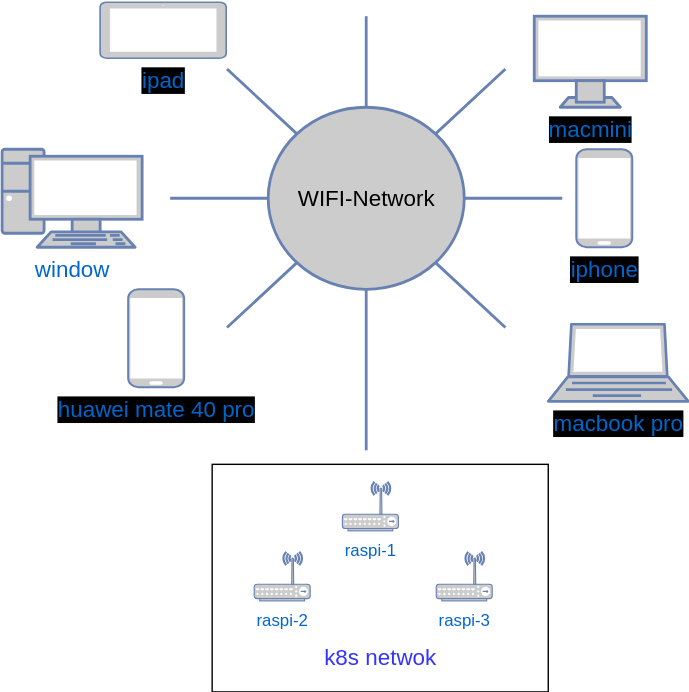
phenix3443/blog keeps this draw.io diagram as content/post/home-service/images/network-topology.drawio.svg. Above is the earlier version. Source tidied: cells renumbered, new cells last; positions are measured from the earlier drawing's top-left corner, leaving out a move shared by most shapes. Its diagram source:
```xml
<mxGraphModel>
  <root>
    <mxCell id="0" />
    <mxCell id="1" parent="0" />
    <mxCell id="2" value="&lt;font style=&quot;font-size: 16px;&quot; color=&quot;#000000&quot;&gt;WIFI-Network&lt;br&gt;&lt;/font&gt;" style="html=1;fillColor=#CCCCCC;strokeColor=#6881B3;shape=ellipse;perimeter=ellipsePerimeter;gradientColor=none;gradientDirection=north;fontColor=#ffffff;strokeWidth=2;" parent="1" vertex="1">
      <mxGeometry x="190" y="75" width="140" height="130" as="geometry" />
    </mxCell>
    <mxCell id="3" style="strokeColor=#6881B3;edgeStyle=none;rounded=0;endArrow=none;dashed=0;html=1;strokeWidth=2;fontColor=#000000;" parent="1" edge="1" target="2">
      <mxGeometry relative="1" as="geometry">
        <mxPoint x="260" y="10" as="sourcePoint" />
      </mxGeometry>
    </mxCell>
    <mxCell id="4" style="strokeColor=#6881B3;edgeStyle=none;rounded=0;endArrow=none;dashed=0;html=1;strokeWidth=2;fontColor=#000000;" parent="1" edge="1" target="2">
      <mxGeometry relative="1" as="geometry">
        <mxPoint x="359.4" y="47.7" as="sourcePoint" />
      </mxGeometry>
    </mxCell>
    <mxCell id="5" style="strokeColor=#6881B3;edgeStyle=none;rounded=0;endArrow=none;dashed=0;html=1;strokeWidth=2;fontColor=#000000;" parent="1" edge="1" target="2">
      <mxGeometry relative="1" as="geometry">
        <mxPoint x="400" y="140" as="sourcePoint" />
      </mxGeometry>
    </mxCell>
    <mxCell id="6" style="strokeColor=#6881B3;edgeStyle=none;rounded=0;endArrow=none;dashed=0;html=1;strokeWidth=2;fontColor=#000000;" parent="1" edge="1" target="2">
      <mxGeometry relative="1" as="geometry">
        <mxPoint x="359.4" y="232.3" as="sourcePoint" />
      </mxGeometry>
    </mxCell>
    <mxCell id="7" style="strokeColor=#6881B3;edgeStyle=none;rounded=0;endArrow=none;dashed=0;html=1;strokeWidth=2;fontColor=#000000;" parent="1" edge="1" target="2">
      <mxGeometry relative="1" as="geometry">
        <mxPoint x="260" y="320" as="sourcePoint" />
      </mxGeometry>
    </mxCell>
    <mxCell id="8" style="strokeColor=#6881B3;edgeStyle=none;rounded=0;endArrow=none;dashed=0;html=1;strokeWidth=2;fontColor=#000000;" parent="1" edge="1" target="2">
      <mxGeometry relative="1" as="geometry">
        <mxPoint x="160.6" y="232.3" as="sourcePoint" />
      </mxGeometry>
    </mxCell>
    <mxCell id="9" style="strokeColor=#6881B3;edgeStyle=none;rounded=0;endArrow=none;dashed=0;html=1;strokeWidth=2;fontColor=#000000;" parent="1" edge="1" target="2">
      <mxGeometry relative="1" as="geometry">
        <mxPoint x="120" y="140" as="sourcePoint" />
      </mxGeometry>
    </mxCell>
    <mxCell id="10" style="strokeColor=#6881B3;edgeStyle=none;rounded=0;endArrow=none;dashed=0;html=1;strokeWidth=2;fontColor=#000000;" parent="1" edge="1" target="2">
      <mxGeometry relative="1" as="geometry">
        <mxPoint x="160.6" y="47.7" as="sourcePoint" />
      </mxGeometry>
    </mxCell>
    <mxCell id="11" value="window" style="fontColor=#0066CC;verticalAlign=top;verticalLabelPosition=bottom;labelPosition=center;align=center;html=1;fillColor=#CCCCCC;strokeColor=#6881B3;gradientColor=none;gradientDirection=north;strokeWidth=2;shape=mxgraph.networks.pc;fontSize=16;" parent="1" vertex="1">
      <mxGeometry y="105" width="100" height="70" as="geometry" />
    </mxCell>
    <mxCell id="12" style="group;" parent="1" vertex="1">
      <mxGeometry x="150" y="330" width="240" height="162.5" as="geometry" />
    </mxCell>
    <mxCell id="13" style="rounded=0;whiteSpace=wrap;html=1;fontSize=16;fontColor=#000000;" parent="12" vertex="1">
      <mxGeometry width="240" height="162.5" as="geometry" />
    </mxCell>
    <mxCell id="14" value="raspi-1" style="fontColor=#0066CC;verticalAlign=top;verticalLabelPosition=bottom;labelPosition=center;align=center;html=1;fillColor=#CCCCCC;strokeColor=#6881B3;gradientColor=none;gradientDirection=north;strokeWidth=2;shape=mxgraph.networks.wireless_hub;" parent="12" vertex="1">
      <mxGeometry x="93" y="12.5" width="40" height="35" as="geometry" />
    </mxCell>
    <mxCell id="15" value="raspi-3" style="fontColor=#0066CC;verticalAlign=top;verticalLabelPosition=bottom;labelPosition=center;align=center;html=1;fillColor=#CCCCCC;strokeColor=#6881B3;gradientColor=none;gradientDirection=north;strokeWidth=2;shape=mxgraph.networks.wireless_hub;" parent="12" vertex="1">
      <mxGeometry x="160" y="62.5" width="40" height="35" as="geometry" />
    </mxCell>
    <mxCell id="16" value="raspi-2" style="fontColor=#0066CC;verticalAlign=top;verticalLabelPosition=bottom;labelPosition=center;align=center;html=1;fillColor=#CCCCCC;strokeColor=#6881B3;gradientColor=none;gradientDirection=north;strokeWidth=2;shape=mxgraph.networks.wireless_hub;" parent="12" vertex="1">
      <mxGeometry x="30" y="62.5" width="40" height="35" as="geometry" />
    </mxCell>
    <mxCell id="17" value="&lt;font color=&quot;#3333ff&quot;&gt;k8s netwok&lt;/font&gt;" style="text;html=1;strokeColor=none;fillColor=none;align=center;verticalAlign=middle;whiteSpace=wrap;rounded=0;fontSize=16;fontColor=#000000;" parent="12" vertex="1">
      <mxGeometry x="66.5" y="122.5" width="107" height="30" as="geometry" />
    </mxCell>
    <mxCell id="18" value="ipad" style="fontColor=#0066CC;verticalAlign=top;verticalLabelPosition=bottom;labelPosition=center;align=center;html=1;fillColor=#CCCCCC;strokeColor=#6881B3;gradientColor=none;gradientDirection=north;strokeWidth=2;shape=mxgraph.networks.tablet;labelBackgroundColor=#000000;fontSize=16;" parent="1" vertex="1">
      <mxGeometry x="70" width="90" height="40" as="geometry" />
    </mxCell>
    <mxCell id="19" value="macmini" style="fontColor=#0066CC;verticalAlign=top;verticalLabelPosition=bottom;labelPosition=center;align=center;html=1;fillColor=#CCCCCC;strokeColor=#6881B3;gradientColor=none;gradientDirection=north;strokeWidth=2;shape=mxgraph.networks.monitor;labelBackgroundColor=#000000;fontSize=16;" parent="1" vertex="1">
      <mxGeometry x="380" y="10" width="80" height="65" as="geometry" />
    </mxCell>
    <mxCell id="20" value="iphone" style="fontColor=#0066CC;verticalAlign=top;verticalLabelPosition=bottom;labelPosition=center;align=center;html=1;fillColor=#CCCCCC;strokeColor=#6881B3;gradientColor=none;gradientDirection=north;strokeWidth=2;shape=mxgraph.networks.mobile;labelBackgroundColor=#000000;fontSize=16;" parent="1" vertex="1">
      <mxGeometry x="410" y="105" width="40" height="70" as="geometry" />
    </mxCell>
    <mxCell id="21" value="macbook pro" style="fontColor=#0066CC;verticalAlign=top;verticalLabelPosition=bottom;labelPosition=center;align=center;html=1;fillColor=#CCCCCC;strokeColor=#6881B3;gradientColor=none;gradientDirection=north;strokeWidth=2;shape=mxgraph.networks.laptop;labelBackgroundColor=#000000;fontSize=16;" parent="1" vertex="1">
      <mxGeometry x="390" y="230" width="100" height="55" as="geometry" />
    </mxCell>
    <mxCell id="22" value="huawei mate 40 pro" style="fontColor=#0066CC;verticalAlign=top;verticalLabelPosition=bottom;labelPosition=center;align=center;html=1;fillColor=#CCCCCC;strokeColor=#6881B3;gradientColor=none;gradientDirection=north;strokeWidth=2;shape=mxgraph.networks.mobile;labelBackgroundColor=#000000;fontSize=16;" parent="1" vertex="1">
      <mxGeometry x="90" y="205" width="40" height="70" as="geometry" />
    </mxCell>
  </root>
</mxGraphModel>
```
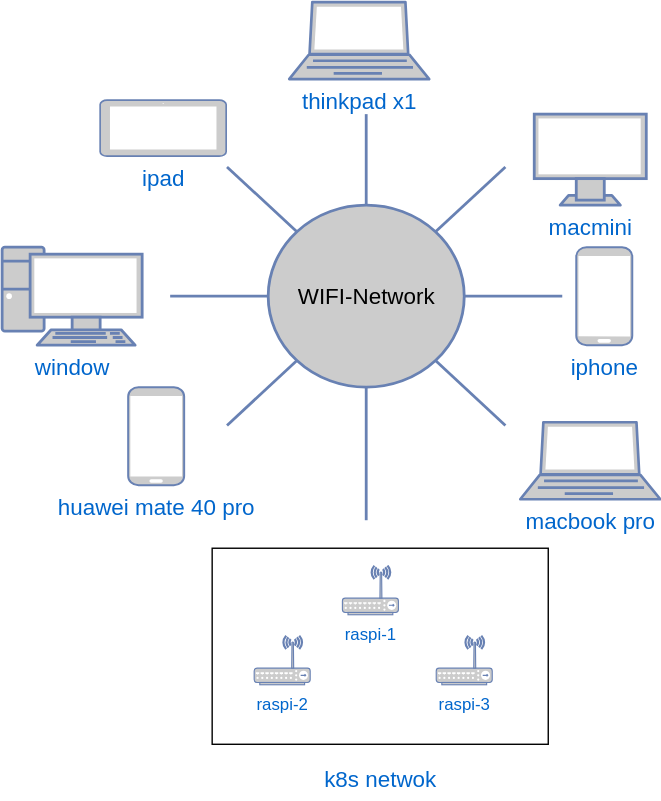
The same file after the commit.

Change to the diagram source:
```diff
@@ -27,7 +27,7 @@
     </mxCell>
     <mxCell id="7" style="strokeColor=#6881B3;edgeStyle=none;rounded=0;endArrow=none;dashed=0;html=1;strokeWidth=2;fontColor=#000000;" parent="1" edge="1" target="2">
       <mxGeometry relative="1" as="geometry">
-        <mxPoint x="260" y="320" as="sourcePoint" />
+        <mxPoint x="260" y="300" as="sourcePoint" />
       </mxGeometry>
     </mxCell>
     <mxCell id="8" style="strokeColor=#6881B3;edgeStyle=none;rounded=0;endArrow=none;dashed=0;html=1;strokeWidth=2;fontColor=#000000;" parent="1" edge="1" target="2">
@@ -48,38 +48,41 @@
     <mxCell id="11" value="window" style="fontColor=#0066CC;verticalAlign=top;verticalLabelPosition=bottom;labelPosition=center;align=center;html=1;fillColor=#CCCCCC;strokeColor=#6881B3;gradientColor=none;gradientDirection=north;strokeWidth=2;shape=mxgraph.networks.pc;fontSize=16;" parent="1" vertex="1">
       <mxGeometry y="105" width="100" height="70" as="geometry" />
     </mxCell>
-    <mxCell id="12" style="group;" parent="1" vertex="1">
-      <mxGeometry x="150" y="330" width="240" height="162.5" as="geometry" />
-    </mxCell>
+    <mxCell id="18" value="ipad" style="fontColor=#0066CC;verticalAlign=top;verticalLabelPosition=bottom;labelPosition=center;align=center;html=1;fillColor=#CCCCCC;strokeColor=#6881B3;gradientColor=none;gradientDirection=north;strokeWidth=2;shape=mxgraph.networks.tablet;fontSize=16;" parent="1" vertex="1">
+      <mxGeometry x="70" width="90" height="40" as="geometry" />
+    </mxCell>
+    <mxCell id="19" value="macmini" style="fontColor=#0066CC;verticalAlign=top;verticalLabelPosition=bottom;labelPosition=center;align=center;html=1;fillColor=#CCCCCC;strokeColor=#6881B3;gradientColor=none;gradientDirection=north;strokeWidth=2;shape=mxgraph.networks.monitor;fontSize=16;" parent="1" vertex="1">
+      <mxGeometry x="380" y="10" width="80" height="65" as="geometry" />
+    </mxCell>
+    <mxCell id="20" value="iphone" style="fontColor=#0066CC;verticalAlign=top;verticalLabelPosition=bottom;labelPosition=center;align=center;html=1;fillColor=#CCCCCC;strokeColor=#6881B3;gradientColor=none;gradientDirection=north;strokeWidth=2;shape=mxgraph.networks.mobile;fontSize=16;" parent="1" vertex="1">
+      <mxGeometry x="410" y="105" width="40" height="70" as="geometry" />
+    </mxCell>
+    <mxCell id="21" value="macbook pro" style="fontColor=#0066CC;verticalAlign=top;verticalLabelPosition=bottom;labelPosition=center;align=center;html=1;fillColor=#CCCCCC;strokeColor=#6881B3;gradientColor=none;gradientDirection=north;strokeWidth=2;shape=mxgraph.networks.laptop;fontSize=16;" parent="1" vertex="1">
+      <mxGeometry x="370" y="230" width="100" height="55" as="geometry" />
+    </mxCell>
+    <mxCell id="22" value="huawei mate 40 pro" style="fontColor=#0066CC;verticalAlign=top;verticalLabelPosition=bottom;labelPosition=center;align=center;html=1;fillColor=#CCCCCC;strokeColor=#6881B3;gradientColor=none;gradientDirection=north;strokeWidth=2;shape=mxgraph.networks.mobile;fontSize=16;" parent="1" vertex="1">
+      <mxGeometry x="90" y="205" width="40" height="70" as="geometry" />
+    </mxCell>
+    <mxCell id="23" style="group;" parent="1" vertex="1">
+      <mxGeometry x="150" y="320" width="240" height="180" as="geometry" />
+    </mxCell>
-    <mxCell id="13" style="rounded=0;whiteSpace=wrap;html=1;fontSize=16;fontColor=#000000;" parent="12" vertex="1">
-      <mxGeometry width="240" height="162.5" as="geometry" />
+    <mxCell id="13" style="rounded=0;whiteSpace=wrap;html=1;fontSize=16;fontColor=#000000;" parent="23" vertex="1">
+      <mxGeometry width="240" height="140" as="geometry" />
     </mxCell>
-    <mxCell id="14" value="raspi-1" style="fontColor=#0066CC;verticalAlign=top;verticalLabelPosition=bottom;labelPosition=center;align=center;html=1;fillColor=#CCCCCC;strokeColor=#6881B3;gradientColor=none;gradientDirection=north;strokeWidth=2;shape=mxgraph.networks.wireless_hub;" parent="12" vertex="1">
+    <mxCell id="14" value="raspi-1" style="fontColor=#0066CC;verticalAlign=top;verticalLabelPosition=bottom;labelPosition=center;align=center;html=1;fillColor=#CCCCCC;strokeColor=#6881B3;gradientColor=none;gradientDirection=north;strokeWidth=2;shape=mxgraph.networks.wireless_hub;" parent="23" vertex="1">
       <mxGeometry x="93" y="12.5" width="40" height="35" as="geometry" />
     </mxCell>
-    <mxCell id="15" value="raspi-3" style="fontColor=#0066CC;verticalAlign=top;verticalLabelPosition=bottom;labelPosition=center;align=center;html=1;fillColor=#CCCCCC;strokeColor=#6881B3;gradientColor=none;gradientDirection=north;strokeWidth=2;shape=mxgraph.networks.wireless_hub;" parent="12" vertex="1">
+    <mxCell id="15" value="raspi-3" style="fontColor=#0066CC;verticalAlign=top;verticalLabelPosition=bottom;labelPosition=center;align=center;html=1;fillColor=#CCCCCC;strokeColor=#6881B3;gradientColor=none;gradientDirection=north;strokeWidth=2;shape=mxgraph.networks.wireless_hub;" parent="23" vertex="1">
       <mxGeometry x="160" y="62.5" width="40" height="35" as="geometry" />
     </mxCell>
-    <mxCell id="16" value="raspi-2" style="fontColor=#0066CC;verticalAlign=top;verticalLabelPosition=bottom;labelPosition=center;align=center;html=1;fillColor=#CCCCCC;strokeColor=#6881B3;gradientColor=none;gradientDirection=north;strokeWidth=2;shape=mxgraph.networks.wireless_hub;" parent="12" vertex="1">
+    <mxCell id="16" value="raspi-2" style="fontColor=#0066CC;verticalAlign=top;verticalLabelPosition=bottom;labelPosition=center;align=center;html=1;fillColor=#CCCCCC;strokeColor=#6881B3;gradientColor=none;gradientDirection=north;strokeWidth=2;shape=mxgraph.networks.wireless_hub;" parent="23" vertex="1">
       <mxGeometry x="30" y="62.5" width="40" height="35" as="geometry" />
     </mxCell>
-    <mxCell id="17" value="&lt;font color=&quot;#3333ff&quot;&gt;k8s netwok&lt;/font&gt;" style="text;html=1;strokeColor=none;fillColor=none;align=center;verticalAlign=middle;whiteSpace=wrap;rounded=0;fontSize=16;fontColor=#000000;" parent="12" vertex="1">
-      <mxGeometry x="66.5" y="122.5" width="107" height="30" as="geometry" />
+    <mxCell id="17" value="&lt;font color=&quot;#0066cc&quot;&gt;k8s netwok&lt;/font&gt;" style="text;html=1;strokeColor=none;fillColor=none;align=center;verticalAlign=middle;whiteSpace=wrap;rounded=0;fontSize=16;fontColor=#000000;" parent="23" vertex="1">
+      <mxGeometry x="66.5" y="150" width="107" height="30" as="geometry" />
     </mxCell>
-    <mxCell id="18" value="ipad" style="fontColor=#0066CC;verticalAlign=top;verticalLabelPosition=bottom;labelPosition=center;align=center;html=1;fillColor=#CCCCCC;strokeColor=#6881B3;gradientColor=none;gradientDirection=north;strokeWidth=2;shape=mxgraph.networks.tablet;labelBackgroundColor=#000000;fontSize=16;" parent="1" vertex="1">
-      <mxGeometry x="70" width="90" height="40" as="geometry" />
-    </mxCell>
-    <mxCell id="19" value="macmini" style="fontColor=#0066CC;verticalAlign=top;verticalLabelPosition=bottom;labelPosition=center;align=center;html=1;fillColor=#CCCCCC;strokeColor=#6881B3;gradientColor=none;gradientDirection=north;strokeWidth=2;shape=mxgraph.networks.monitor;labelBackgroundColor=#000000;fontSize=16;" parent="1" vertex="1">
-      <mxGeometry x="380" y="10" width="80" height="65" as="geometry" />
-    </mxCell>
-    <mxCell id="20" value="iphone" style="fontColor=#0066CC;verticalAlign=top;verticalLabelPosition=bottom;labelPosition=center;align=center;html=1;fillColor=#CCCCCC;strokeColor=#6881B3;gradientColor=none;gradientDirection=north;strokeWidth=2;shape=mxgraph.networks.mobile;labelBackgroundColor=#000000;fontSize=16;" parent="1" vertex="1">
-      <mxGeometry x="410" y="105" width="40" height="70" as="geometry" />
-    </mxCell>
-    <mxCell id="21" value="macbook pro" style="fontColor=#0066CC;verticalAlign=top;verticalLabelPosition=bottom;labelPosition=center;align=center;html=1;fillColor=#CCCCCC;strokeColor=#6881B3;gradientColor=none;gradientDirection=north;strokeWidth=2;shape=mxgraph.networks.laptop;labelBackgroundColor=#000000;fontSize=16;" parent="1" vertex="1">
-      <mxGeometry x="390" y="230" width="100" height="55" as="geometry" />
-    </mxCell>
-    <mxCell id="22" value="huawei mate 40 pro" style="fontColor=#0066CC;verticalAlign=top;verticalLabelPosition=bottom;labelPosition=center;align=center;html=1;fillColor=#CCCCCC;strokeColor=#6881B3;gradientColor=none;gradientDirection=north;strokeWidth=2;shape=mxgraph.networks.mobile;labelBackgroundColor=#000000;fontSize=16;" parent="1" vertex="1">
-      <mxGeometry x="90" y="205" width="40" height="70" as="geometry" />
-    </mxCell>
+    <mxCell id="24" value="thinkpad x1" style="fontColor=#0066CC;verticalAlign=top;verticalLabelPosition=bottom;labelPosition=center;align=center;html=1;fillColor=#CCCCCC;strokeColor=#6881B3;gradientColor=none;gradientDirection=north;strokeWidth=2;shape=mxgraph.networks.laptop;fontSize=16;" parent="1" vertex="1">
+      <mxGeometry x="205" y="-70" width="100" height="55" as="geometry" />
+    </mxCell>
   </root>
 </mxGraphModel>
```
